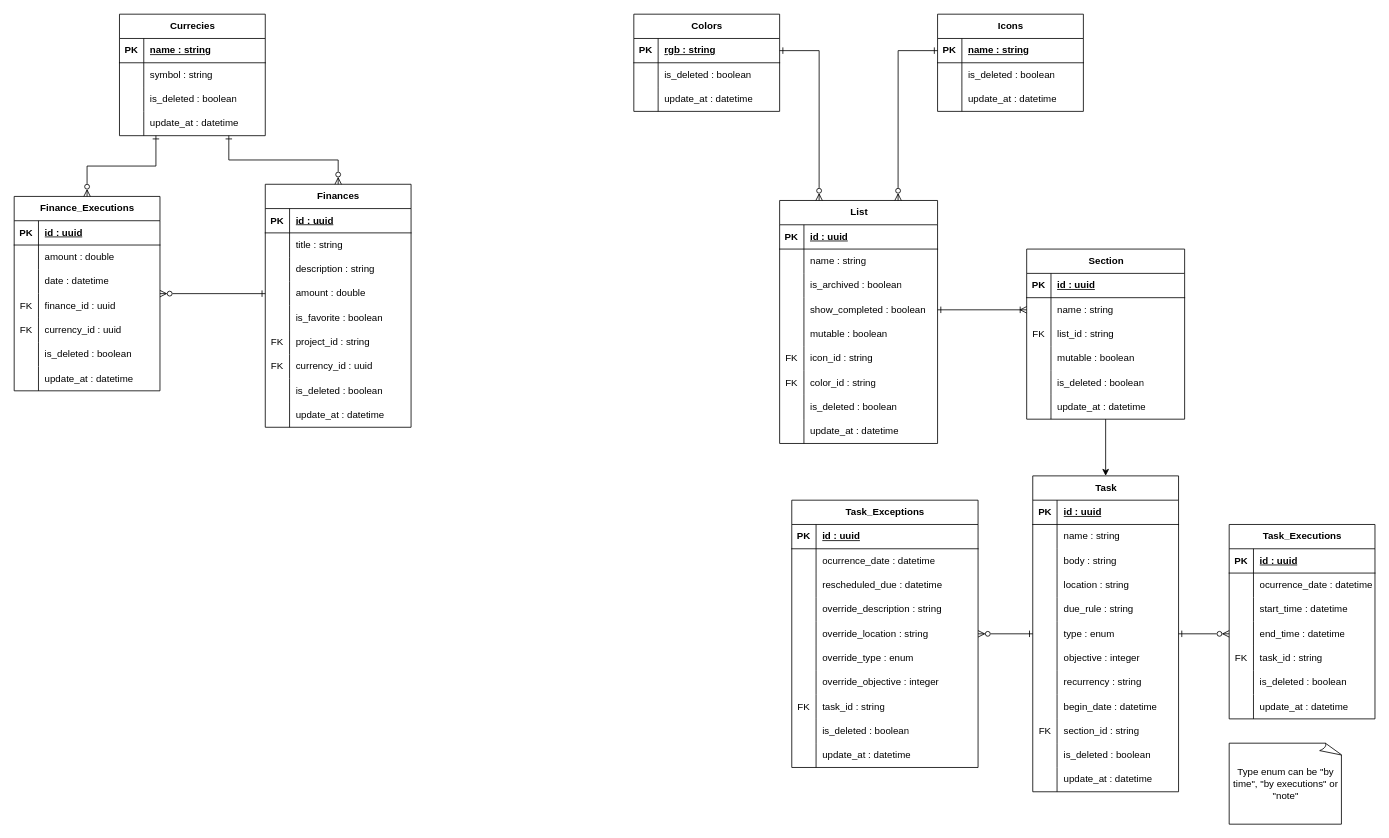
Above: documentation/Relational_Model.drawio in PulidoLuciano/personal-space (draw.io), before the change. Source tidied: cells renumbered, new cells numbered last; positions are measured from the earlier drawing's top-left corner, leaving out a move shared by most shapes. Both pictures are drawn from the tidied source at 81%, with x=0, y=0 at pixel (14, 14).
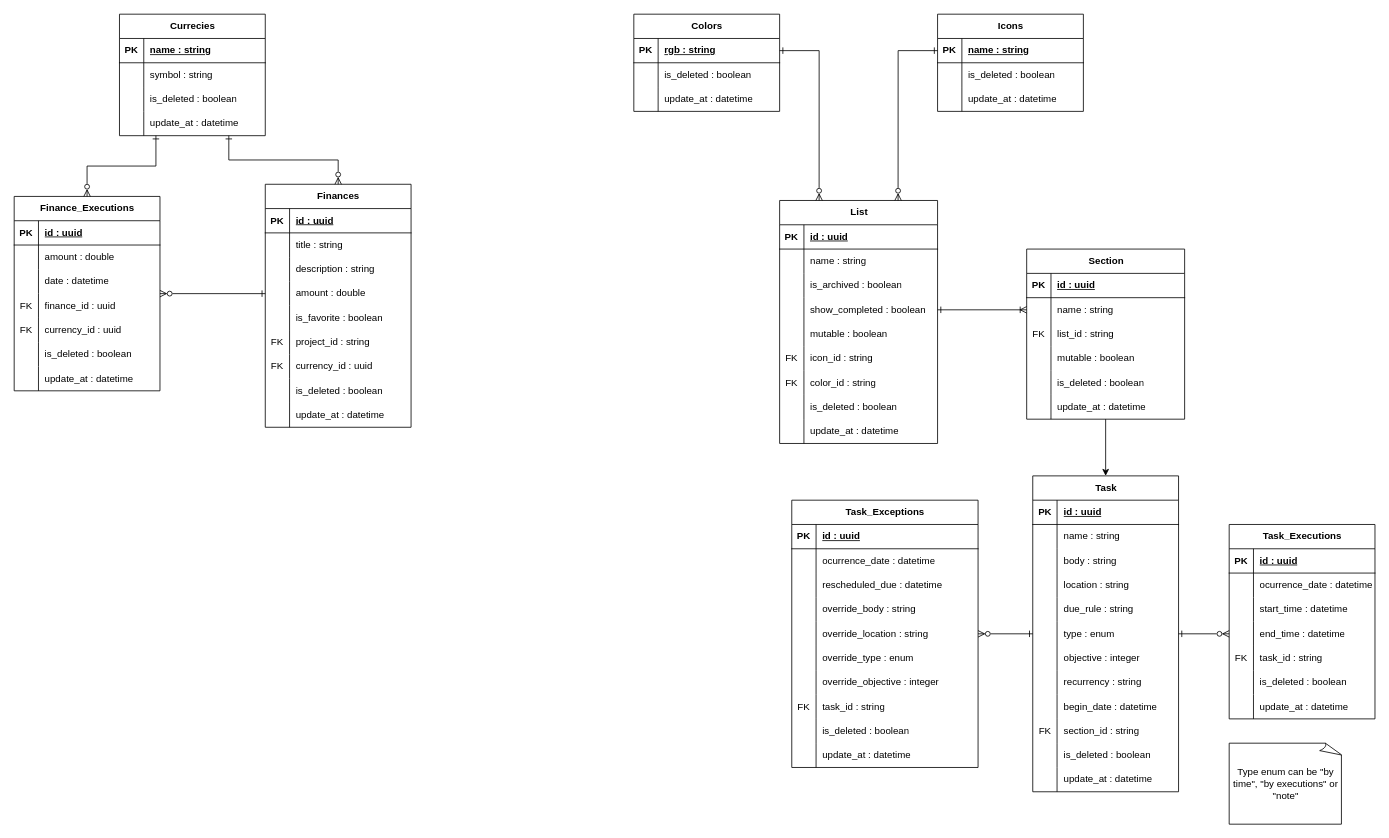
Above is the later version.

Unchanged cells that the change refers to:
```xml
<mxCell id="188" style="shape=tableRow;horizontal=0;startSize=0;swimlaneHead=0;swimlaneBody=0;fillColor=none;top=0;left=0;right=0;bottom=0;" parent="178" vertex="1">
  <mxGeometry y="120" width="230" height="30" as="geometry" />
</mxCell>
```

Diff of the diagram source:
```diff
@@
-    <mxCell id="190" value="override_description : string" style="shape=partialRectangle;fillColor=none;top=0;left=0;bottom=0;right=0;align=left;spacingLeft=6;overflow=hidden;whiteSpace=wrap;html=1;" parent="188" vertex="1">
+    <mxCell id="190" value="override_body : string" style="shape=partialRectangle;fillColor=none;top=0;left=0;bottom=0;right=0;align=left;spacingLeft=6;overflow=hidden;whiteSpace=wrap;html=1;" parent="188" vertex="1">
       <mxGeometry x="30" width="200" height="30" as="geometry" />
     </mxCell>
```
